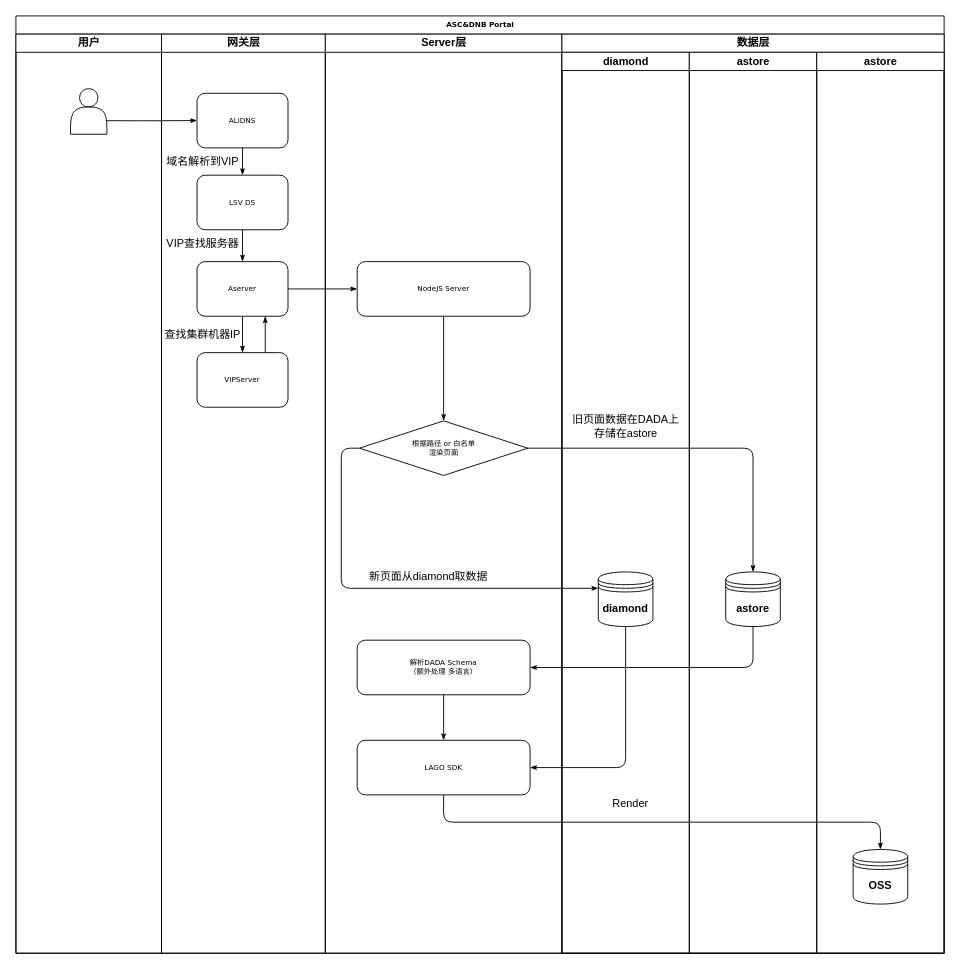
Before: 2.0架构渲染端.drawio in hjyue1/blog, a draw.io diagram. Source tidied: cells renumbered, new cells numbered last; positions are measured from the earlier drawing's top-left corner, leaving out a move shared by most shapes. Both pictures are drawn from the tidied source at 91%, with x=0, y=0 at pixel (15, 15).
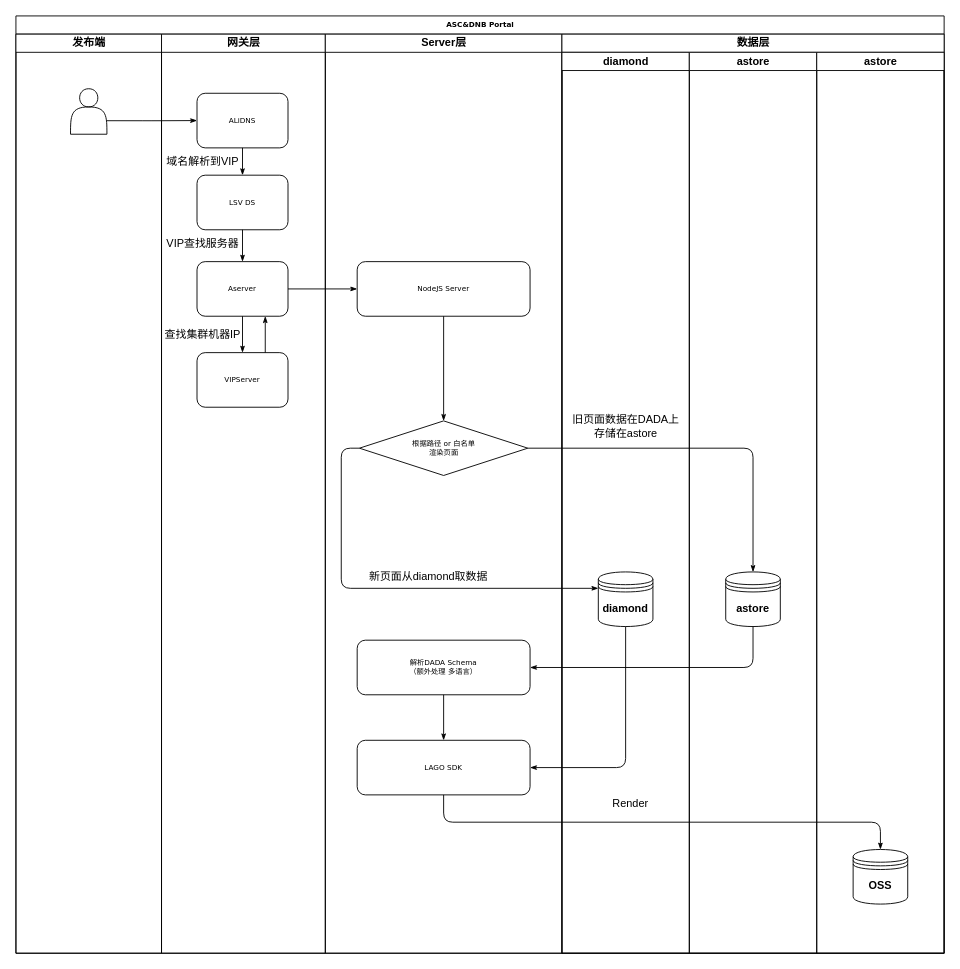
The same diagram, later.

Commit message:
更新2.0架构渲染端.drawio

The change refers to these unchanged cells:
```xml
<mxCell id="2" value="ASC&amp;amp;DNB Portal" style="swimlane;html=1;startSize=20;rounded=0;shadow=0;labelBackgroundColor=none;strokeWidth=1;fontFamily=Verdana;fontSize=8;align=center;" parent="1" vertex="1">
  <mxGeometry width="1020" height="1030" as="geometry" />
</mxCell>
```

Diff of the diagram source:
```diff
@@
-    <mxCell id="3" value="用户" style="swimlane;html=1;startSize=20;" parent="2" vertex="1">
+    <mxCell id="3" value="发布端" style="swimlane;html=1;startSize=20;" parent="2" vertex="1">
       <mxGeometry y="20" width="160" height="1010" as="geometry" />
     </mxCell>
```
